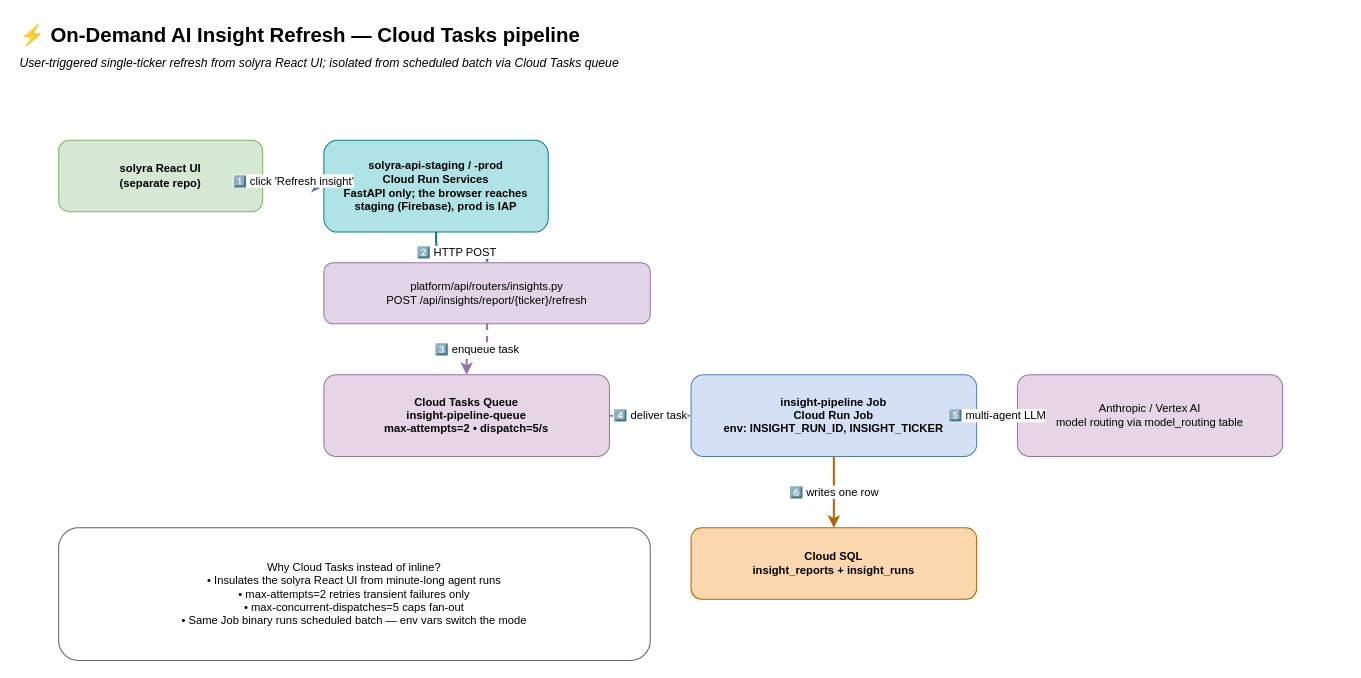
Earlier version of the draw.io diagram page "⚡ Insight Refresh" (4 of 7) of Architecture.drawio (TeneikaAskew/stocks). Source tidied: cells renumbered, new cells numbered last; positions are measured from the earlier drawing's top-left corner, leaving out a move shared by most shapes. Both pictures are drawn from the tidied source at 102%, with x=0, y=0 at pixel (17, 17).
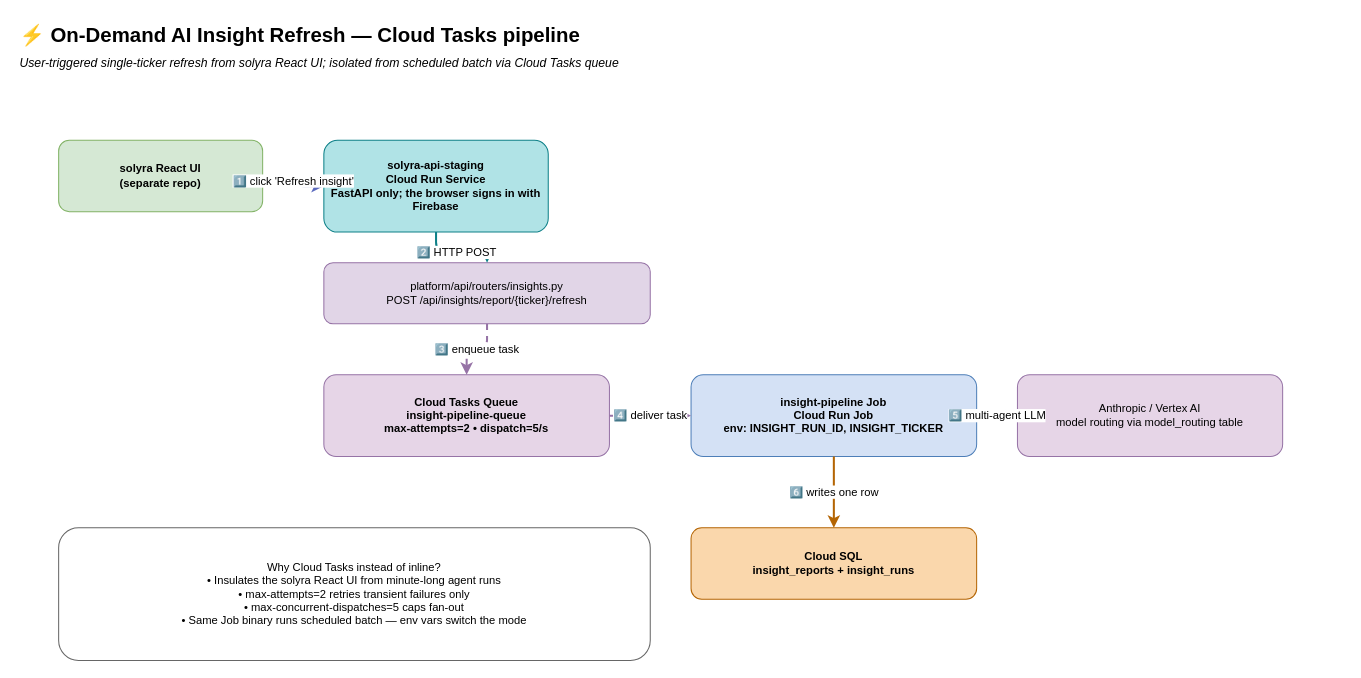
After the change.

Change to the diagram source:
```diff
@@
 <mxGraphModel>
   <root>
     <mxCell id="0" />
     <mxCell id="1" parent="0" />
     <mxCell id="2" value="⚡ On-Demand AI Insight Refresh — Cloud Tasks pipeline" style="text;html=1;strokeColor=none;fillColor=none;align=left;verticalAlign=middle;whiteSpace=wrap;rounded=0;fontSize=20;fontStyle=1;" parent="1" vertex="1">
       <mxGeometry width="1300" height="32" as="geometry" />
     </mxCell>
     <mxCell id="3" value="User-triggered single-ticker refresh from solyra React UI; isolated from scheduled batch via Cloud Tasks queue" style="text;html=1;strokeColor=none;fillColor=none;align=left;verticalAlign=middle;whiteSpace=wrap;rounded=0;fontSize=12;fontStyle=0;fontStyle=2;" parent="1" vertex="1">
       <mxGeometry y="34" width="1300" height="22" as="geometry" />
     </mxCell>
     <mxCell id="4" value="solyra React UI&#10;(separate repo)" style="rounded=1;whiteSpace=wrap;html=1;fillColor=#d5e8d4;strokeColor=#82b366;fontSize=11;fontStyle=1;" parent="1" vertex="1">
       <mxGeometry x="40" y="120" width="200" height="70" as="geometry" />
     </mxCell>
-    <mxCell id="5" value="solyra-api-staging / -prod&#10;Cloud Run Services&#10;FastAPI only; the browser reaches staging (Firebase), prod is IAP" style="rounded=1;whiteSpace=wrap;html=1;fillColor=#b0e3e6;strokeColor=#0e8088;fontSize=11;fontStyle=1;" parent="1" vertex="1">
+    <mxCell id="5" value="solyra-api-staging&#10;Cloud Run Service&#10;FastAPI only; the browser signs in with Firebase" style="rounded=1;whiteSpace=wrap;html=1;fillColor=#b0e3e6;strokeColor=#0e8088;fontSize=11;fontStyle=1;" parent="1" vertex="1">
       <mxGeometry x="300" y="120" width="220" height="90" as="geometry" />
     </mxCell>
     <mxCell id="6" value="platform/api/routers/insights.py&#10;POST /api/insights/report/{ticker}/refresh" style="rounded=1;whiteSpace=wrap;html=1;fillColor=#e1d5e7;strokeColor=#9673a6;fontSize=11;" parent="1" vertex="1">
       <mxGeometry x="300" y="240" width="320" height="60" as="geometry" />
     </mxCell>
     <mxCell id="7" value="Cloud Tasks Queue&#10;insight-pipeline-queue&#10;max-attempts=2 • dispatch=5/s" style="rounded=1;whiteSpace=wrap;html=1;fillColor=#e6d5e7;strokeColor=#9673a6;fontSize=11;fontStyle=1;" parent="1" vertex="1">
       <mxGeometry x="300" y="350" width="280" height="80" as="geometry" />
     </mxCell>
     <mxCell id="8" value="insight-pipeline Job&#10;Cloud Run Job&#10;env: INSIGHT_RUN_ID, INSIGHT_TICKER" style="rounded=1;whiteSpace=wrap;html=1;fillColor=#d4e1f5;strokeColor=#4d7eb8;fontSize=11;fontStyle=1;" parent="1" vertex="1">
       <mxGeometry x="660" y="350" width="280" height="80" as="geometry" />
     </mxCell>
     <mxCell id="9" value="Anthropic / Vertex AI&#10;model routing via model_routing table" style="rounded=1;whiteSpace=wrap;html=1;fillColor=#e6d5e7;strokeColor=#9673a6;fontSize=11;" parent="1" vertex="1">
       <mxGeometry x="980" y="350" width="260" height="80" as="geometry" />
     </mxCell>
     <mxCell id="10" value="Cloud SQL&#10;insight_reports + insight_runs" style="rounded=1;whiteSpace=wrap;html=1;fillColor=#fad7ac;strokeColor=#b46504;fontSize=11;fontStyle=1;" parent="1" vertex="1">
       <mxGeometry x="660" y="500" width="280" height="70" as="geometry" />
     </mxCell>
     <mxCell id="11" value="1️⃣  click 'Refresh insight'" style="exitX=1;exitY=0.5;exitDx=0;exitDy=0;entryX=0;entryY=0.5;entryDx=0;entryDy=0;endArrow=classic;html=1;edgeStyle=orthogonalEdgeStyle;rounded=1;jettySize=auto;strokeColor=#5b6abf;strokeWidth=2;" parent="1" edge="1" source="4" target="5">
       <mxGeometry relative="1" as="geometry" />
     </mxCell>
     <mxCell id="12" value="2️⃣  HTTP POST" style="exitX=0.5;exitY=1;exitDx=0;exitDy=0;entryX=0.5;entryY=0;entryDx=0;entryDy=0;endArrow=classic;html=1;edgeStyle=orthogonalEdgeStyle;rounded=1;jettySize=auto;strokeColor=#0e8088;strokeWidth=2;" parent="1" edge="1" source="5" target="6">
       <mxGeometry relative="1" as="geometry" />
     </mxCell>
     <mxCell id="13" value="3️⃣  enqueue task" style="exitX=0.5;exitY=1;exitDx=0;exitDy=0;entryX=0.5;entryY=0;entryDx=0;entryDy=0;endArrow=classic;html=1;edgeStyle=orthogonalEdgeStyle;rounded=1;jettySize=auto;strokeColor=#9673a6;strokeWidth=2;dashed=1;" parent="1" edge="1" source="6" target="7">
       <mxGeometry relative="1" as="geometry" />
     </mxCell>
     <mxCell id="14" value="4️⃣  deliver task" style="exitX=1;exitY=0.5;exitDx=0;exitDy=0;entryX=0;entryY=0.5;entryDx=0;entryDy=0;endArrow=classic;html=1;edgeStyle=orthogonalEdgeStyle;rounded=1;jettySize=auto;strokeColor=#9673a6;strokeWidth=2;dashed=1;" parent="1" edge="1" source="7" target="8">
       <mxGeometry relative="1" as="geometry" />
     </mxCell>
     <mxCell id="15" value="5️⃣  multi-agent LLM" style="exitX=1;exitY=0.5;exitDx=0;exitDy=0;entryX=0;entryY=0.5;entryDx=0;entryDy=0;endArrow=classic;html=1;edgeStyle=orthogonalEdgeStyle;rounded=1;jettySize=auto;strokeColor=#9673a6;strokeWidth=2;" parent="1" edge="1" source="8" target="9">
       <mxGeometry relative="1" as="geometry" />
     </mxCell>
     <mxCell id="16" value="6️⃣  writes one row" style="exitX=0.5;exitY=1;exitDx=0;exitDy=0;entryX=0.5;entryY=0;entryDx=0;entryDy=0;endArrow=classic;html=1;edgeStyle=orthogonalEdgeStyle;rounded=1;jettySize=auto;strokeColor=#b46504;strokeWidth=2;" parent="1" edge="1" source="8" target="10">
       <mxGeometry relative="1" as="geometry" />
     </mxCell>
     <mxCell id="17" value="Why Cloud Tasks instead of inline?&#10;• Insulates the solyra React UI from minute-long agent runs&#10;• max-attempts=2 retries transient failures only&#10;• max-concurrent-dispatches=5 caps fan-out&#10;• Same Job binary runs scheduled batch — env vars switch the mode" style="rounded=1;whiteSpace=wrap;html=1;fillColor=#ffffff;strokeColor=#666666;fontSize=11;" parent="1" vertex="1">
       <mxGeometry x="40" y="500" width="580" height="130" as="geometry" />
     </mxCell>
   </root>
 </mxGraphModel>
```
